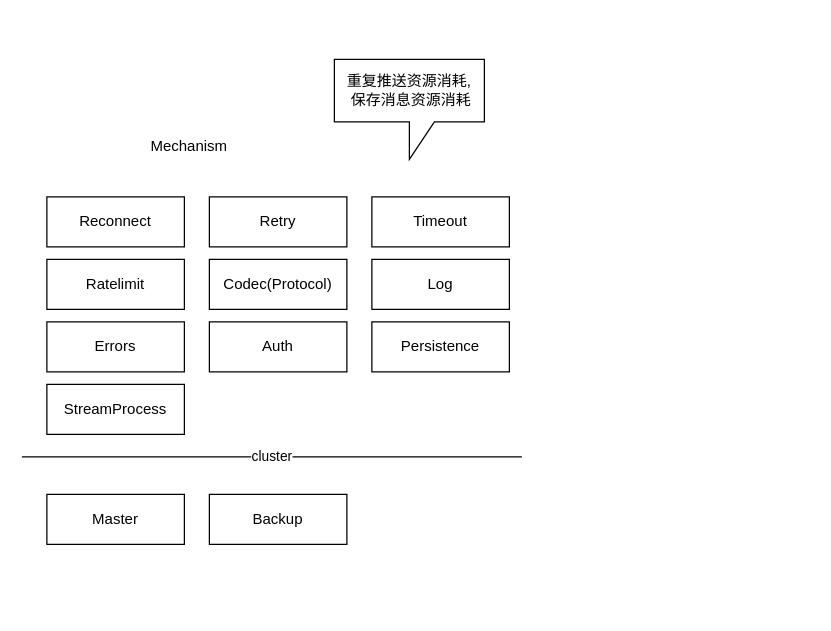
Earlier version of the draw.io diagram nats/nats.drawio (abserari/draw.io). Source tidied: cells renumbered, new cells numbered last; positions are measured from the earlier drawing's top-left corner, leaving out a move shared by most shapes. Both pictures are drawn from the tidied source at 125%, with x=0, y=0 at pixel (21, 59).
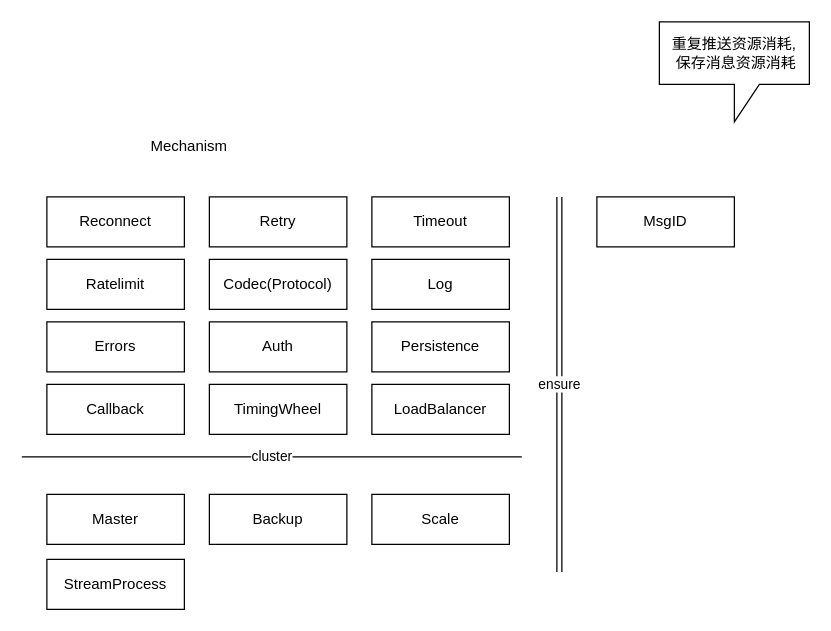
The same page after the edit.

What changed in the source:
```diff
@@
-    <mxCell id="15" value="StreamProcess" style="rounded=0;whiteSpace=wrap;html=1;" parent="1" vertex="1">
+    <mxCell id="15" value="Callback" style="rounded=0;whiteSpace=wrap;html=1;" parent="1" vertex="1">
       <mxGeometry x="20" y="260" width="110" height="40" as="geometry" />
     </mxCell>
     <mxCell id="16" value="重复推送资源消耗,&lt;br&gt;&amp;nbsp;保存消息资源消耗" style="shape=callout;whiteSpace=wrap;html=1;perimeter=calloutPerimeter;" parent="1" vertex="1">
-      <mxGeometry x="250" width="120" height="80" as="geometry" />
+      <mxGeometry x="510" y="-30" width="120" height="80" as="geometry" />
     </mxCell>
+    <mxCell id="17" value="Scale" style="rounded=0;whiteSpace=wrap;html=1;" parent="1" vertex="1">
+      <mxGeometry x="280" y="348" width="110" height="40" as="geometry" />
+    </mxCell>
+    <mxCell id="18" value="StreamProcess" style="rounded=0;whiteSpace=wrap;html=1;" parent="1" vertex="1">
+      <mxGeometry x="20" y="400" width="110" height="40" as="geometry" />
+    </mxCell>
+    <mxCell id="19" value="ensure" style="shape=link;html=1;" parent="1" edge="1">
+      <mxGeometry relative="1" as="geometry">
+        <mxPoint x="430" y="410" as="sourcePoint" />
+        <mxPoint x="430" y="110" as="targetPoint" />
+        <Array as="points">
+          <mxPoint x="430" y="270" />
+        </Array>
+      </mxGeometry>
+    </mxCell>
+    <mxCell id="20" value="MsgID" style="rounded=0;whiteSpace=wrap;html=1;" parent="1" vertex="1">
+      <mxGeometry x="460" y="110" width="110" height="40" as="geometry" />
+    </mxCell>
+    <mxCell id="21" value="TimingWheel" style="rounded=0;whiteSpace=wrap;html=1;" parent="1" vertex="1">
+      <mxGeometry x="150" y="260" width="110" height="40" as="geometry" />
+    </mxCell>
+    <mxCell id="22" value="LoadBalancer" style="rounded=0;whiteSpace=wrap;html=1;" parent="1" vertex="1">
+      <mxGeometry x="280" y="260" width="110" height="40" as="geometry" />
+    </mxCell>
```
